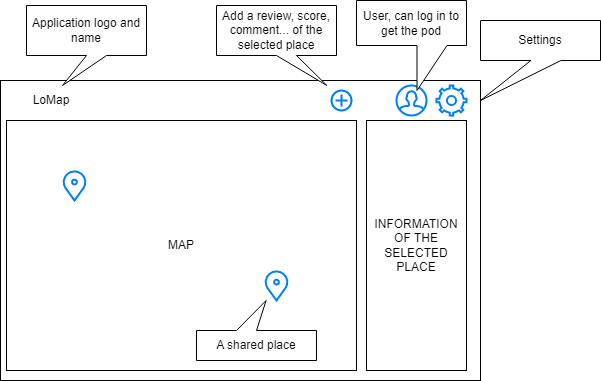
Arquisoft/lomap_es5c keeps this draw.io diagram as docs/images/ux1.0_Main.png. Above is the earlier version. Source tidied: cells renumbered, new cells last; positions are measured from the earlier drawing's top-left corner, leaving out a move shared by most shapes. Source of this version:
```xml
<mxGraphModel>
  <root>
    <mxCell id="0" />
    <mxCell id="1" parent="0" />
    <mxCell id="2" style="rounded=0;whiteSpace=wrap;html=1;" parent="1" vertex="1">
      <mxGeometry y="80" width="480" height="300" as="geometry" />
    </mxCell>
    <mxCell id="3" value="MAP" style="rounded=0;whiteSpace=wrap;html=1;" parent="1" vertex="1">
      <mxGeometry x="6" y="120" width="350" height="250" as="geometry" />
    </mxCell>
    <mxCell id="4" value="INFORMATION&lt;br&gt;OF THE SELECTED&lt;br&gt;PLACE" style="rounded=0;whiteSpace=wrap;html=1;" parent="1" vertex="1">
      <mxGeometry x="366" y="120" width="100" height="250" as="geometry" />
    </mxCell>
    <mxCell id="5" style="html=1;verticalLabelPosition=bottom;align=center;labelBackgroundColor=#ffffff;verticalAlign=top;strokeWidth=2;strokeColor=#0080F0;shadow=0;dashed=0;shape=mxgraph.ios7.icons.add;" parent="1" vertex="1">
      <mxGeometry x="331" y="90" width="20" height="20" as="geometry" />
    </mxCell>
    <mxCell id="6" style="html=1;verticalLabelPosition=bottom;align=center;labelBackgroundColor=#ffffff;verticalAlign=top;strokeWidth=2;strokeColor=#0080F0;shadow=0;dashed=0;shape=mxgraph.ios7.icons.settings;" parent="1" vertex="1">
      <mxGeometry x="436" y="85" width="30" height="30" as="geometry" />
    </mxCell>
    <mxCell id="7" value="LoMap" style="text;html=1;strokeColor=none;fillColor=none;align=center;verticalAlign=middle;whiteSpace=wrap;rounded=0;" parent="1" vertex="1">
      <mxGeometry x="16" y="85" width="70" height="30" as="geometry" />
    </mxCell>
    <mxCell id="8" value="Add a review, score, comment... of the selected place" style="shape=callout;whiteSpace=wrap;html=1;perimeter=calloutPerimeter;position2=0.92;" parent="1" vertex="1">
      <mxGeometry x="216" y="5" width="120" height="80" as="geometry" />
    </mxCell>
    <mxCell id="9" value="Application logo and name" style="shape=callout;whiteSpace=wrap;html=1;perimeter=calloutPerimeter;position2=0.3;" parent="1" vertex="1">
      <mxGeometry x="26" y="5" width="120" height="80" as="geometry" />
    </mxCell>
    <mxCell id="10" value="Settings" style="shape=callout;whiteSpace=wrap;html=1;perimeter=calloutPerimeter;position2=0;size=40;position=0.42;base=30;" parent="1" vertex="1">
      <mxGeometry x="480" y="20" width="120" height="80" as="geometry" />
    </mxCell>
    <mxCell id="11" style="html=1;verticalLabelPosition=bottom;align=center;labelBackgroundColor=#ffffff;verticalAlign=top;strokeWidth=2;strokeColor=#0080F0;shadow=0;dashed=0;shape=mxgraph.ios7.icons.user;" parent="1" vertex="1">
      <mxGeometry x="396" y="85" width="30" height="30" as="geometry" />
    </mxCell>
    <mxCell id="12" value="User, can log in to get the pod" style="shape=callout;whiteSpace=wrap;html=1;perimeter=calloutPerimeter;position2=0.55;size=45;position=0.55;base=30;" parent="1" vertex="1">
      <mxGeometry x="356" width="110" height="90" as="geometry" />
    </mxCell>
    <mxCell id="13" style="html=1;verticalLabelPosition=bottom;align=center;labelBackgroundColor=#ffffff;verticalAlign=top;strokeWidth=2;strokeColor=#0080F0;shadow=0;dashed=0;shape=mxgraph.ios7.icons.location;" parent="1" vertex="1">
      <mxGeometry x="264" y="270" width="24" height="30" as="geometry" />
    </mxCell>
    <mxCell id="14" style="html=1;verticalLabelPosition=bottom;align=center;labelBackgroundColor=#ffffff;verticalAlign=top;strokeWidth=2;strokeColor=#0080F0;shadow=0;dashed=0;shape=mxgraph.ios7.icons.location;" parent="1" vertex="1">
      <mxGeometry x="62" y="170" width="24" height="30" as="geometry" />
    </mxCell>
    <mxCell id="15" value="A shared place" style="shape=callout;whiteSpace=wrap;html=1;perimeter=calloutPerimeter;position2=0.42;direction=west;" parent="1" vertex="1">
      <mxGeometry x="196" y="300" width="120" height="60" as="geometry" />
    </mxCell>
  </root>
</mxGraphModel>
```
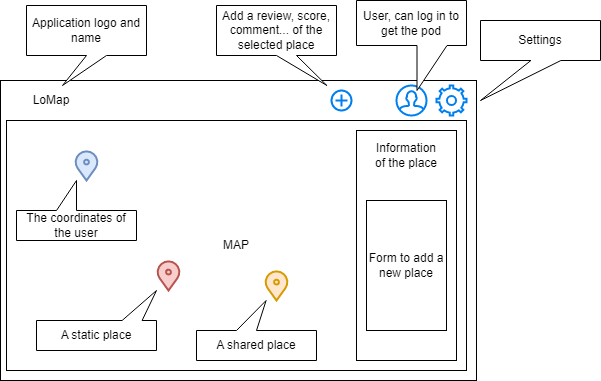
Above is the later version.

Change to the diagram source:
```diff
@@ -3,13 +3,13 @@
     <mxCell id="0" />
     <mxCell id="1" parent="0" />
     <mxCell id="2" style="rounded=0;whiteSpace=wrap;html=1;" parent="1" vertex="1">
-      <mxGeometry y="80" width="480" height="300" as="geometry" />
+      <mxGeometry y="80" width="476" height="300" as="geometry" />
     </mxCell>
     <mxCell id="3" value="MAP" style="rounded=0;whiteSpace=wrap;html=1;" parent="1" vertex="1">
-      <mxGeometry x="6" y="120" width="350" height="250" as="geometry" />
+      <mxGeometry x="6" y="120" width="460" height="250" as="geometry" />
     </mxCell>
-    <mxCell id="4" value="INFORMATION&lt;br&gt;OF THE SELECTED&lt;br&gt;PLACE" style="rounded=0;whiteSpace=wrap;html=1;" parent="1" vertex="1">
-      <mxGeometry x="366" y="120" width="100" height="250" as="geometry" />
+    <mxCell id="4" style="rounded=0;whiteSpace=wrap;html=1;" parent="1" vertex="1">
+      <mxGeometry x="356" y="130" width="100" height="230" as="geometry" />
     </mxCell>
     <mxCell id="5" style="html=1;verticalLabelPosition=bottom;align=center;labelBackgroundColor=#ffffff;verticalAlign=top;strokeWidth=2;strokeColor=#0080F0;shadow=0;dashed=0;shape=mxgraph.ios7.icons.add;" parent="1" vertex="1">
       <mxGeometry x="331" y="90" width="20" height="20" as="geometry" />
@@ -35,14 +35,29 @@
     <mxCell id="12" value="User, can log in to get the pod" style="shape=callout;whiteSpace=wrap;html=1;perimeter=calloutPerimeter;position2=0.55;size=45;position=0.55;base=30;" parent="1" vertex="1">
       <mxGeometry x="356" width="110" height="90" as="geometry" />
     </mxCell>
-    <mxCell id="13" style="html=1;verticalLabelPosition=bottom;align=center;labelBackgroundColor=#ffffff;verticalAlign=top;strokeWidth=2;strokeColor=#0080F0;shadow=0;dashed=0;shape=mxgraph.ios7.icons.location;" parent="1" vertex="1">
+    <mxCell id="13" style="html=1;verticalLabelPosition=bottom;align=center;labelBackgroundColor=#ffffff;verticalAlign=top;strokeWidth=2;strokeColor=#d79b00;shadow=0;dashed=0;shape=mxgraph.ios7.icons.location;fillColor=#ffe6cc;" parent="1" vertex="1">
       <mxGeometry x="264" y="270" width="24" height="30" as="geometry" />
     </mxCell>
-    <mxCell id="14" style="html=1;verticalLabelPosition=bottom;align=center;labelBackgroundColor=#ffffff;verticalAlign=top;strokeWidth=2;strokeColor=#0080F0;shadow=0;dashed=0;shape=mxgraph.ios7.icons.location;" parent="1" vertex="1">
-      <mxGeometry x="62" y="170" width="24" height="30" as="geometry" />
+    <mxCell id="14" style="html=1;verticalLabelPosition=bottom;align=center;labelBackgroundColor=#ffffff;verticalAlign=top;strokeWidth=2;strokeColor=#6c8ebf;shadow=0;dashed=0;shape=mxgraph.ios7.icons.location;fillColor=#dae8fc;" parent="1" vertex="1">
+      <mxGeometry x="74" y="150" width="24" height="30" as="geometry" />
     </mxCell>
     <mxCell id="15" value="A shared place" style="shape=callout;whiteSpace=wrap;html=1;perimeter=calloutPerimeter;position2=0.42;direction=west;" parent="1" vertex="1">
       <mxGeometry x="196" y="300" width="120" height="60" as="geometry" />
     </mxCell>
+    <mxCell id="16" value="Information of the place" style="text;html=1;strokeColor=none;fillColor=none;align=center;verticalAlign=middle;whiteSpace=wrap;rounded=0;" parent="1" vertex="1">
+      <mxGeometry x="371" y="140" width="70" height="30" as="geometry" />
+    </mxCell>
+    <mxCell id="17" value="The coordinates of the user" style="shape=callout;whiteSpace=wrap;html=1;perimeter=calloutPerimeter;position2=0.5;direction=west;" parent="1" vertex="1">
+      <mxGeometry x="16" y="180" width="120" height="60" as="geometry" />
+    </mxCell>
+    <mxCell id="18" style="html=1;verticalLabelPosition=bottom;align=center;labelBackgroundColor=#ffffff;verticalAlign=top;strokeWidth=2;strokeColor=#b85450;shadow=0;dashed=0;shape=mxgraph.ios7.icons.location;fillColor=#f8cecc;" parent="1" vertex="1">
+      <mxGeometry x="156" y="260" width="24" height="30" as="geometry" />
+    </mxCell>
+    <mxCell id="19" value="A static place" style="shape=callout;whiteSpace=wrap;html=1;perimeter=calloutPerimeter;position2=0;direction=west;size=30;position=0.12;" parent="1" vertex="1">
+      <mxGeometry x="36" y="290" width="120" height="60" as="geometry" />
+    </mxCell>
+    <mxCell id="20" value="Form to add a new place" style="rounded=0;whiteSpace=wrap;html=1;" parent="1" vertex="1">
+      <mxGeometry x="366" y="200" width="80" height="130" as="geometry" />
+    </mxCell>
   </root>
 </mxGraphModel>
```
